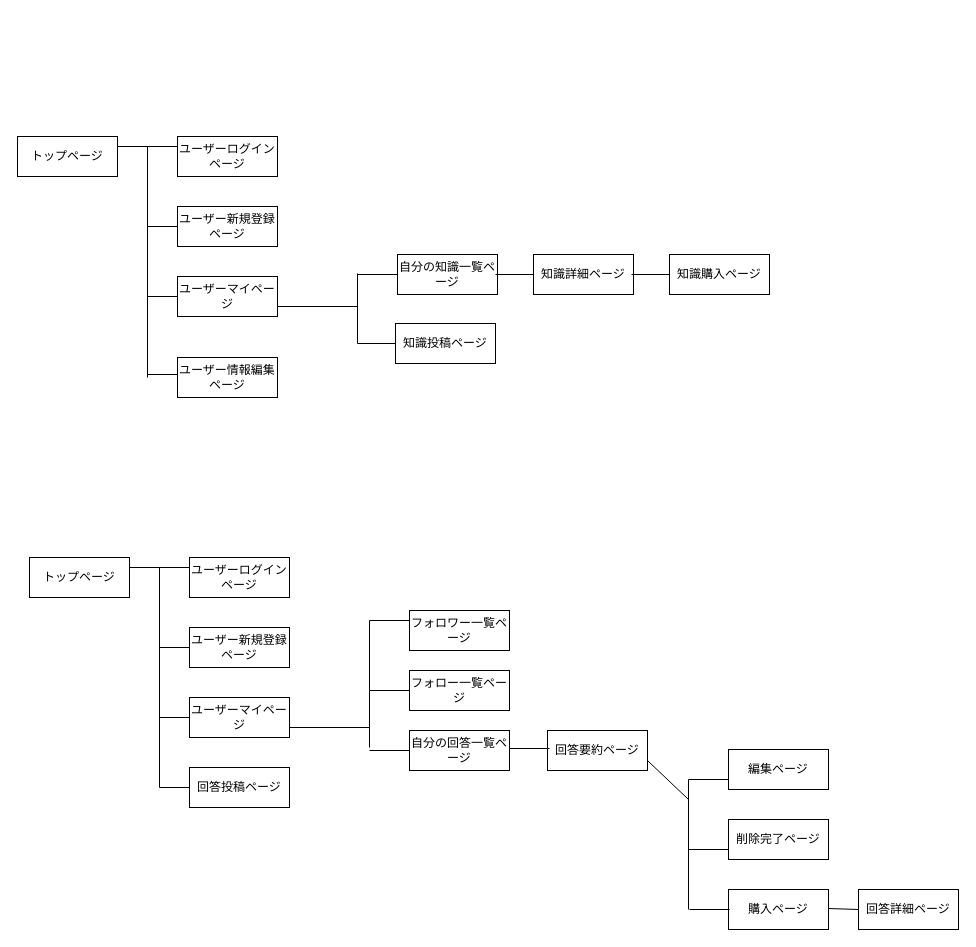
Earlier version of the draw.io diagram 画面遷移図.dio (kiyotech/originalapp38804). Source tidied: cells renumbered, new cells numbered last; positions are measured from the earlier drawing's top-left corner, leaving out a move shared by most shapes. Both pictures are drawn from the tidied source at 100%, with x=0, y=0 at pixel (17, 136).
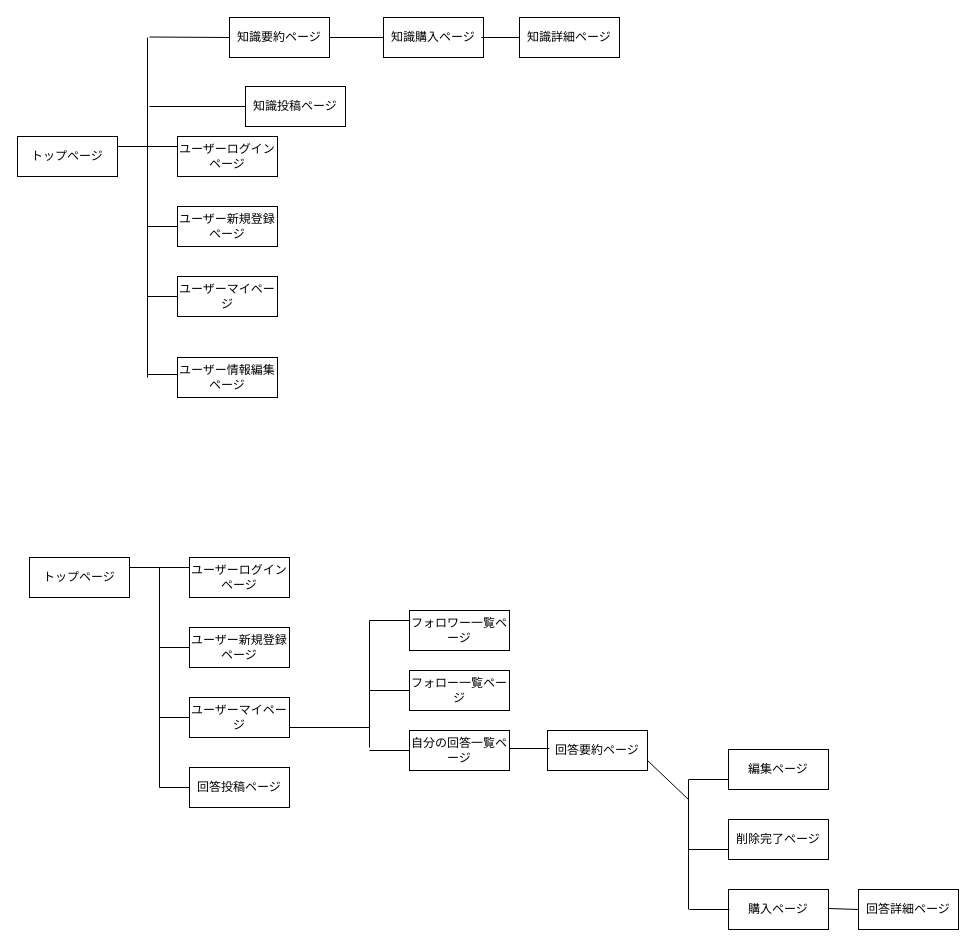
Above is the later version.

The change refers to these unchanged cells:
```xml
<mxCell id="40" value="ユーザーマイページ" style="whiteSpace=wrap;html=1;align=center;" parent="1" vertex="1">
  <mxGeometry x="160" y="140" width="100" height="40" as="geometry" />
</mxCell>
```

The edit, as a diff of the source:
```diff
@@
-    <mxCell id="35" style="edgeStyle=none;html=1;exitX=0;exitY=0.5;exitDx=0;exitDy=0;endArrow=none;endFill=0;" parent="1" edge="1" source="36">
-      <mxGeometry relative="1" as="geometry">
-        <mxPoint x="340" y="138" as="targetPoint" />
-      </mxGeometry>
-    </mxCell>
-    <mxCell id="36" value="自分の知識一覧ページ" style="whiteSpace=wrap;html=1;align=center;" parent="1" vertex="1">
-      <mxGeometry x="380" y="118" width="100" height="40" as="geometry" />
-    </mxCell>
     <mxCell id="37" style="edgeStyle=none;html=1;exitX=0;exitY=0.5;exitDx=0;exitDy=0;endArrow=none;endFill=0;" parent="1" edge="1" source="38">
       <mxGeometry relative="1" as="geometry">
-        <mxPoint x="340" y="207" as="targetPoint" />
+        <mxPoint x="132" y="-30" as="targetPoint" />
       </mxGeometry>
     </mxCell>
     <mxCell id="38" value="知識投稿ページ" style="whiteSpace=wrap;html=1;align=center;" parent="1" vertex="1">
-      <mxGeometry x="378" y="187" width="100" height="40" as="geometry" />
+      <mxGeometry x="228" y="-50" width="100" height="40" as="geometry" />
     </mxCell>
@@
-    <mxCell id="43" style="endArrow=none;html=1;rounded=0;" parent="1" edge="1">
-      <mxGeometry relative="1" as="geometry">
-        <mxPoint x="340" y="207" as="sourcePoint" />
-        <mxPoint x="340" y="137" as="targetPoint" />
-      </mxGeometry>
-    </mxCell>
     <mxCell id="44" style="endArrow=none;html=1;rounded=0;" parent="1" edge="1">
       <mxGeometry relative="1" as="geometry">
-        <mxPoint x="130" y="10" as="sourcePoint" />
+        <mxPoint x="130" y="-99" as="sourcePoint" />
         <mxPoint x="130" y="241" as="targetPoint" />
       </mxGeometry>
     </mxCell>
-    <mxCell id="45" style="endArrow=none;html=1;rounded=0;exitX=1;exitY=0.75;exitDx=0;exitDy=0;" parent="1" edge="1" source="40">
-      <mxGeometry relative="1" as="geometry">
-        <mxPoint x="340" y="170" as="targetPoint" />
-      </mxGeometry>
-    </mxCell>
     <mxCell id="46" style="edgeStyle=none;html=1;exitX=0;exitY=0.5;exitDx=0;exitDy=0;endArrow=none;endFill=0;" parent="1" edge="1" source="47">
       <mxGeometry relative="1" as="geometry">
-        <mxPoint x="478" y="138" as="targetPoint" />
+        <mxPoint x="302" y="-99" as="targetPoint" />
       </mxGeometry>
     </mxCell>
-    <mxCell id="47" value="知識詳細ページ" style="whiteSpace=wrap;html=1;align=center;" parent="1" vertex="1">
-      <mxGeometry x="516" y="118" width="100" height="40" as="geometry" />
+    <mxCell id="47" value="知識購入ページ" style="whiteSpace=wrap;html=1;align=center;" parent="1" vertex="1">
+      <mxGeometry x="366" y="-119" width="100" height="40" as="geometry" />
     </mxCell>
     <mxCell id="48" style="edgeStyle=none;html=1;exitX=0;exitY=0.5;exitDx=0;exitDy=0;endArrow=none;endFill=0;" parent="1" edge="1" source="49">
       <mxGeometry relative="1" as="geometry">
-        <mxPoint x="614" y="138" as="targetPoint" />
+        <mxPoint x="464" y="-99" as="targetPoint" />
       </mxGeometry>
     </mxCell>
-    <mxCell id="49" value="知識購入ページ" style="whiteSpace=wrap;html=1;align=center;" parent="1" vertex="1">
-      <mxGeometry x="652" y="118" width="100" height="40" as="geometry" />
+    <mxCell id="49" value="知識詳細ページ" style="whiteSpace=wrap;html=1;align=center;" parent="1" vertex="1">
+      <mxGeometry x="502" y="-119" width="100" height="40" as="geometry" />
     </mxCell>
@@
+    <mxCell id="52" value="知識要約ページ" style="whiteSpace=wrap;html=1;align=center;" parent="1" vertex="1">
+      <mxGeometry x="212" y="-119" width="100" height="40" as="geometry" />
+    </mxCell>
+    <mxCell id="53" style="edgeStyle=none;html=1;exitX=0;exitY=0.5;exitDx=0;exitDy=0;endArrow=none;endFill=0;" parent="1" edge="1" source="52">
+      <mxGeometry relative="1" as="geometry">
+        <mxPoint x="132" y="-99.5" as="targetPoint" />
+      </mxGeometry>
+    </mxCell>
```
